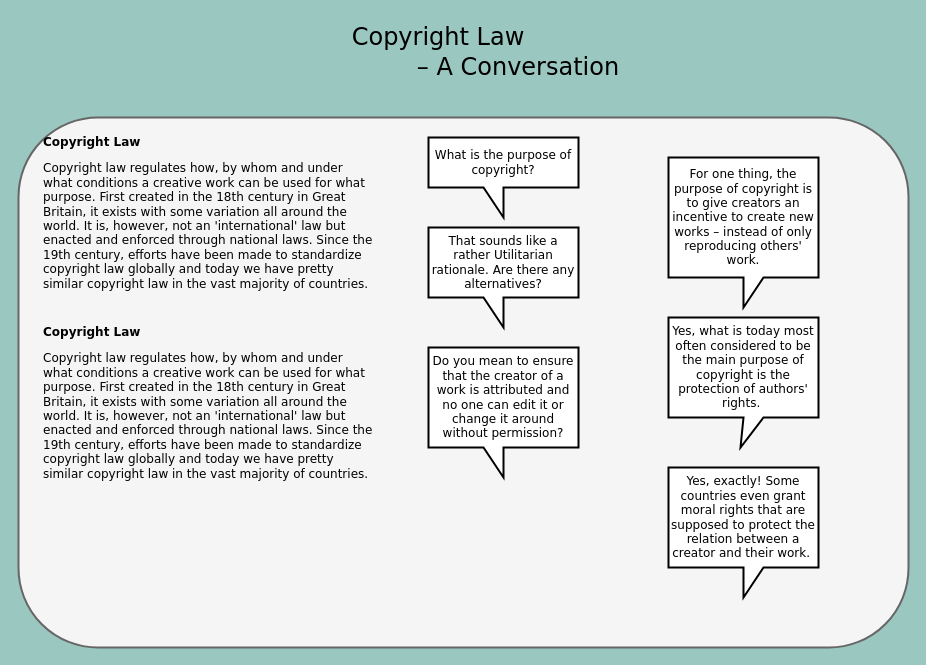
Before: copyright_conceptmap.drawio in arockenberger/cc-c_coursework, a draw.io diagram. Source tidied: cells renumbered, new cells numbered last; positions are measured from the earlier drawing's top-left corner, leaving out a move shared by most shapes. Both pictures are drawn from the tidied source at 100%, with x=0, y=0 at pixel (18, 17).
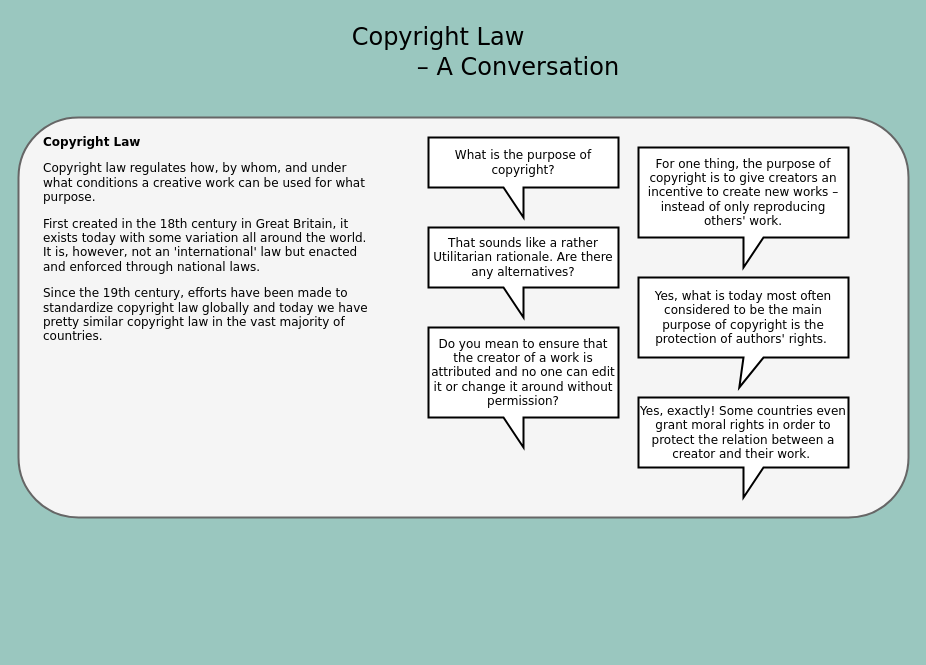
Above is the later version.

Commit message:
Change size of background shape

Change to the diagram source:
```diff
@@
 <mxGraphModel background="#9AC7BF">
   <root>
     <mxCell id="0" />
     <mxCell id="1" parent="0" />
     <mxCell id="2" style="rounded=1;whiteSpace=wrap;html=1;strokeWidth=2;fontFamily=Verdana;fontSize=24;fillColor=#f5f5f5;strokeColor=#666666;fontColor=#333333;" parent="1" vertex="1">
-      <mxGeometry y="100" width="890" height="530" as="geometry" />
+      <mxGeometry y="100" width="890" height="400" as="geometry" />
     </mxCell>
     <mxCell id="3" value="For one thing, the purpose of copyright is to give creators an incentive to create new works – instead of only reproducing others' work." style="shape=callout;whiteSpace=wrap;html=1;perimeter=calloutPerimeter;strokeWidth=2;fontFamily=Verdana;" parent="1" vertex="1">
-      <mxGeometry x="650" y="140" width="150" height="150" as="geometry" />
+      <mxGeometry x="620" y="130" width="210" height="120" as="geometry" />
     </mxCell>
     <mxCell id="4" value="What is the purpose of copyright?" style="shape=callout;whiteSpace=wrap;html=1;perimeter=calloutPerimeter;strokeWidth=2;fontFamily=Verdana;flipV=0;flipH=1;" parent="1" vertex="1">
-      <mxGeometry x="410" y="120" width="150" height="80" as="geometry" />
+      <mxGeometry x="410" y="120" width="190" height="80" as="geometry" />
     </mxCell>
     <mxCell id="5" value="Copyright Law" style="text;html=1;strokeColor=none;fillColor=none;align=center;verticalAlign=middle;whiteSpace=wrap;rounded=0;fontFamily=Verdana;fontSize=24;" parent="1" vertex="1">
       <mxGeometry x="320" width="200" height="40" as="geometry" />
     </mxCell>
     <mxCell id="6" value="– A Conversation" style="text;html=1;strokeColor=none;fillColor=none;align=center;verticalAlign=middle;whiteSpace=wrap;rounded=0;fontFamily=Verdana;fontSize=24;" parent="1" vertex="1">
       <mxGeometry x="390" y="40" width="220" height="20" as="geometry" />
     </mxCell>
-    <mxCell id="7" value="&lt;h1 style=&quot;font-size: 12px&quot;&gt;Copyright Law&lt;/h1&gt;&lt;p style=&quot;font-size: 12px&quot;&gt;Copyright law regulates how, by whom and under what conditions a creative work can be used for what purpose. First created in the 18th century in Great Britain, it exists with some variation all around the world. It is, however, not an 'international' law but enacted and enforced through national laws. Since the 19th century, efforts have been made to standardize copyright law globally and today we have pretty similar copyright law in the vast majority of countries.&lt;/p&gt;" style="text;html=1;strokeColor=none;fillColor=none;spacing=5;spacingTop=-20;whiteSpace=wrap;overflow=hidden;rounded=0;fontFamily=Verdana;fontSize=12;" parent="1" vertex="1">
-      <mxGeometry x="20" y="120" width="340" height="170" as="geometry" />
+    <mxCell id="7" value="&lt;h1 style=&quot;font-size: 12px&quot;&gt;Copyright Law&lt;/h1&gt;&lt;p style=&quot;font-size: 12px&quot;&gt;Copyright law regulates how, by whom, and under what conditions a creative work can be used for what purpose.&amp;nbsp;&lt;/p&gt;&lt;p style=&quot;font-size: 12px&quot;&gt;First created in the 18th century in Great Britain, it exists today with some variation all around the world. It is, however, not an 'international' law but enacted and enforced through national laws.&amp;nbsp;&lt;/p&gt;&lt;p style=&quot;font-size: 12px&quot;&gt;Since the 19th century, efforts have been made to standardize copyright law globally and today we have pretty similar copyright law in the vast majority of countries.&lt;/p&gt;" style="text;html=1;strokeColor=none;fillColor=none;spacing=5;spacingTop=-20;whiteSpace=wrap;overflow=hidden;rounded=0;fontFamily=Verdana;fontSize=12;" parent="1" vertex="1">
+      <mxGeometry x="20" y="120" width="340" height="210" as="geometry" />
     </mxCell>
     <mxCell id="8" value="That sounds like a rather Utilitarian rationale. Are there any alternatives?" style="shape=callout;whiteSpace=wrap;html=1;perimeter=calloutPerimeter;strokeWidth=2;fontFamily=Verdana;fontSize=12;flipH=1;" parent="1" vertex="1">
-      <mxGeometry x="410" y="210" width="150" height="100" as="geometry" />
+      <mxGeometry x="410" y="210" width="190" height="90" as="geometry" />
     </mxCell>
     <mxCell id="9" value="Yes, what is today most often considered to be the main purpose of copyright is the protection of authors' rights.&amp;nbsp;" style="shape=callout;whiteSpace=wrap;html=1;perimeter=calloutPerimeter;strokeWidth=2;fontFamily=Verdana;fontSize=12;position2=0.48;" parent="1" vertex="1">
-      <mxGeometry x="650" y="300" width="150" height="130" as="geometry" />
+      <mxGeometry x="620" y="260" width="210" height="110" as="geometry" />
     </mxCell>
     <mxCell id="10" value="Do you mean to ensure that the creator of a work is attributed and no one can edit it or change it around without permission?" style="shape=callout;whiteSpace=wrap;html=1;perimeter=calloutPerimeter;strokeWidth=2;fontFamily=Verdana;fontSize=12;flipH=1;" parent="1" vertex="1">
-      <mxGeometry x="410" y="330" width="150" height="130" as="geometry" />
+      <mxGeometry x="410" y="310" width="190" height="120" as="geometry" />
     </mxCell>
-    <mxCell id="11" value="Yes, exactly! Some countries even grant moral rights that are supposed to protect the relation between a creator and their work.&amp;nbsp;" style="shape=callout;whiteSpace=wrap;html=1;perimeter=calloutPerimeter;strokeWidth=2;fontFamily=Verdana;fontSize=12;" parent="1" vertex="1">
-      <mxGeometry x="650" y="450" width="150" height="130" as="geometry" />
+    <mxCell id="11" value="Yes, exactly! Some countries even grant moral rights in order to protect the relation between a creator and their work.&amp;nbsp;" style="shape=callout;whiteSpace=wrap;html=1;perimeter=calloutPerimeter;strokeWidth=2;fontFamily=Verdana;fontSize=12;" parent="1" vertex="1">
+      <mxGeometry x="620" y="380" width="210" height="100" as="geometry" />
     </mxCell>
-    <mxCell id="12" value="&lt;h1 style=&quot;font-size: 12px&quot;&gt;Copyright Law&lt;/h1&gt;&lt;p style=&quot;font-size: 12px&quot;&gt;Copyright law regulates how, by whom and under what conditions a creative work can be used for what purpose. First created in the 18th century in Great Britain, it exists with some variation all around the world. It is, however, not an 'international' law but enacted and enforced through national laws. Since the 19th century, efforts have been made to standardize copyright law globally and today we have pretty similar copyright law in the vast majority of countries.&lt;/p&gt;" style="text;html=1;strokeColor=none;fillColor=none;spacing=5;spacingTop=-20;whiteSpace=wrap;overflow=hidden;rounded=0;fontFamily=Verdana;fontSize=12;" parent="1" vertex="1">
-      <mxGeometry x="20" y="310" width="340" height="170" as="geometry" />
-    </mxCell>
   </root>
 </mxGraphModel>
```
